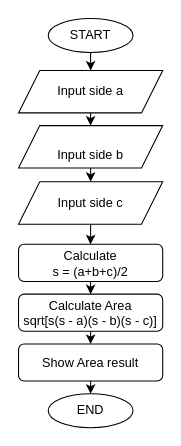
Before: DATA STRUCTURE AND  ALGORITHM/1.07 Area of Square.drawio in buicaothe/PYTHON, a draw.io diagram. Source tidied: cells renumbered, new cells numbered last; positions are measured from the earlier drawing's top-left corner, leaving out a move shared by most shapes. Both pictures are drawn from the tidied source at 106%, with x=0, y=0 at pixel (18, 18).
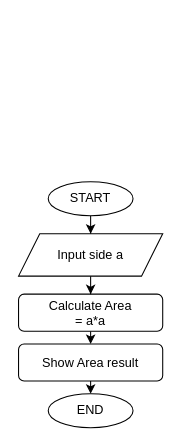
Above is the later version.

Change to the diagram source:
```diff
@@
 <mxGraphModel>
   <root>
     <mxCell id="0" />
     <mxCell id="1" parent="0" />
     <mxCell id="2" style="edgeStyle=orthogonalEdgeStyle;rounded=0;jettySize=auto;html=1;entryX=0.5;entryY=0;entryDx=0;entryDy=0;" parent="1" edge="1" source="3" target="5">
       <mxGeometry relative="1" as="geometry" />
     </mxCell>
     <mxCell id="3" value="START" style="ellipse;whiteSpace=wrap;html=1;shapeInside=1;" parent="1" vertex="1">
-      <mxGeometry x="28" width="80" height="32" as="geometry" />
+      <mxGeometry x="28" y="154" width="80" height="32" as="geometry" />
     </mxCell>
-    <mxCell id="4" style="edgeStyle=orthogonalEdgeStyle;rounded=0;jettySize=auto;html=1;exitX=0.5;exitY=1;exitDx=0;exitDy=0;entryX=0.5;entryY=0;entryDx=0;entryDy=0;" parent="1" edge="1" source="5" target="15">
-      <mxGeometry relative="1" as="geometry" />
-    </mxCell>
+    <mxCell id="18" style="edgeStyle=orthogonalEdgeStyle;rounded=0;jettySize=auto;html=1;" parent="1" edge="1" source="5" target="13">
+      <mxGeometry relative="1" as="geometry" />
+    </mxCell>
     <mxCell id="5" value="Input side a" style="shape=parallelogram;perimeter=parallelogramPerimeter;whiteSpace=wrap;html=1;shapeInside=1;fixedSize=1;" parent="1" vertex="1">
-      <mxGeometry y="49" width="136" height="40" as="geometry" />
+      <mxGeometry y="203" width="136" height="40" as="geometry" />
     </mxCell>
-    <mxCell id="6" style="edgeStyle=orthogonalEdgeStyle;rounded=0;jettySize=auto;html=1;exitX=0.5;exitY=1;exitDx=0;exitDy=0;entryX=0.5;entryY=0;entryDx=0;entryDy=0;" parent="1" edge="1" source="7" target="13">
-      <mxGeometry relative="1" as="geometry" />
-    </mxCell>
-    <mxCell id="7" value="Calculate&lt;br&gt;&lt;div&gt;s = (a+b+c)/2&lt;/div&gt;" style="rounded=1;whiteSpace=wrap;html=1;" parent="1" vertex="1">
-      <mxGeometry y="213" width="136" height="35" as="geometry" />
-    </mxCell>
-    <mxCell id="8" style="edgeStyle=orthogonalEdgeStyle;rounded=0;orthogonalLoop=1;jettySize=auto;html=1;innerLoopWaypoints=1;exitX=0.5;exitY=1;exitDx=0;exitDy=0;" parent="1" edge="1" source="7" target="7">
-      <mxGeometry relative="1" as="geometry" />
+    <mxCell id="8" style="edgeStyle=orthogonalEdgeStyle;rounded=0;orthogonalLoop=1;jettySize=auto;html=1;innerLoopWaypoints=1;exitX=0.5;exitY=1;exitDx=0;exitDy=0;" parent="1" edge="1">
+      <mxGeometry relative="1" as="geometry">
+        <mxPoint x="68" y="248" as="sourcePoint" />
+        <mxPoint x="68" y="248" as="targetPoint" />
+      </mxGeometry>
     </mxCell>
     <mxCell id="9" style="edgeStyle=orthogonalEdgeStyle;rounded=0;jettySize=auto;html=1;exitX=0.5;exitY=1;exitDx=0;exitDy=0;" parent="1" edge="1" source="10">
       <mxGeometry relative="1" as="geometry">
         <mxPoint x="68" y="354" as="targetPoint" />
       </mxGeometry>
     </mxCell>
     <mxCell id="10" value="Show Area result" style="rounded=1;whiteSpace=wrap;html=1;" parent="1" vertex="1">
       <mxGeometry y="307" width="136" height="35" as="geometry" />
     </mxCell>
     <mxCell id="11" value="END" style="ellipse;whiteSpace=wrap;html=1;shapeInside=1;" parent="1" vertex="1">
       <mxGeometry x="28" y="354" width="80" height="32" as="geometry" />
     </mxCell>
     <mxCell id="12" style="edgeStyle=orthogonalEdgeStyle;rounded=0;jettySize=auto;html=1;exitX=0.5;exitY=1;exitDx=0;exitDy=0;entryX=0.5;entryY=0;entryDx=0;entryDy=0;" parent="1" edge="1" source="13" target="10">
       <mxGeometry relative="1" as="geometry" />
     </mxCell>
-    <mxCell id="13" value="Calculate Area&lt;br&gt;&lt;div&gt;sqrt[s(s - a)(s - b)(s - c)]&lt;/div&gt;" style="rounded=1;whiteSpace=wrap;html=1;" parent="1" vertex="1">
+    <mxCell id="13" value="Calculate Area&lt;br&gt;&lt;div&gt;= a*a&lt;/div&gt;" style="rounded=1;whiteSpace=wrap;html=1;" parent="1" vertex="1">
       <mxGeometry y="260" width="136" height="35" as="geometry" />
     </mxCell>
-    <mxCell id="14" style="edgeStyle=orthogonalEdgeStyle;rounded=0;jettySize=auto;html=1;exitX=0.5;exitY=1;exitDx=0;exitDy=0;entryX=0.5;entryY=0;entryDx=0;entryDy=0;" parent="1" edge="1" source="15" target="17">
-      <mxGeometry relative="1" as="geometry" />
-    </mxCell>
-    <mxCell id="15" value="&lt;br&gt;Input side b" style="shape=parallelogram;perimeter=parallelogramPerimeter;whiteSpace=wrap;html=1;shapeInside=1;fixedSize=1;" parent="1" vertex="1">
-      <mxGeometry y="101" width="136" height="40" as="geometry" />
-    </mxCell>
-    <mxCell id="16" style="edgeStyle=orthogonalEdgeStyle;rounded=0;jettySize=auto;html=1;exitX=0.5;exitY=1;exitDx=0;exitDy=0;entryX=0.5;entryY=0;entryDx=0;entryDy=0;" parent="1" edge="1" source="17" target="7">
-      <mxGeometry relative="1" as="geometry" />
-    </mxCell>
-    <mxCell id="17" value="Input side c" style="shape=parallelogram;perimeter=parallelogramPerimeter;whiteSpace=wrap;html=1;shapeInside=1;fixedSize=1;" parent="1" vertex="1">
-      <mxGeometry y="154" width="136" height="40" as="geometry" />
-    </mxCell>
   </root>
 </mxGraphModel>
```
